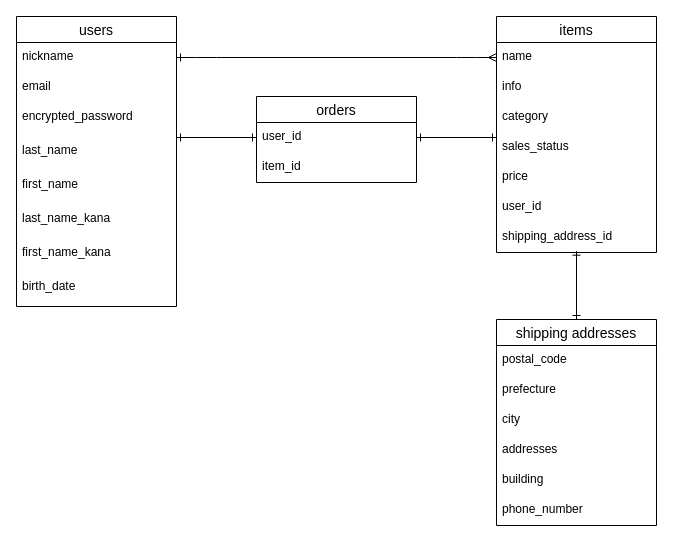
The draw.io diagram furima-37817.dio in kazami1066/furima-37817, before the edit. Source tidied: cells renumbered, new cells numbered last; positions are measured from the earlier drawing's top-left corner, leaving out a move shared by most shapes. Both pictures are drawn from the tidied source at 100%, with x=0, y=0 at pixel (16, 16).
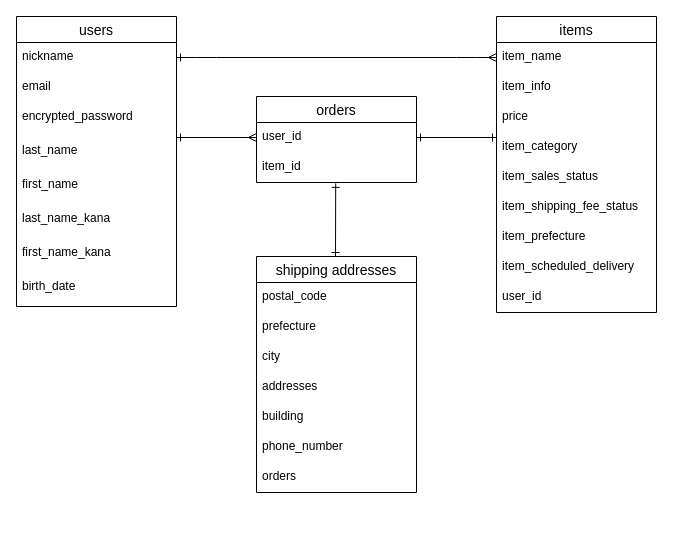
Above is the later version.

Commit message (it also covers changes not shown here):
ER図の作成（再修正）

The change refers to these unchanged cells:
```xml
<mxCell id="20" value="user_id" style="text;strokeColor=none;fillColor=none;spacingLeft=4;spacingRight=4;overflow=hidden;points=[[0,0.5],[1,0.5]];portConstraint=eastwest;fontSize=12;" parent="19" vertex="1">
  <mxGeometry y="26" width="160" height="30" as="geometry" />
</mxCell>
<mxCell id="21" value="item_id" style="text;strokeColor=none;fillColor=none;spacingLeft=4;spacingRight=4;overflow=hidden;points=[[0,0.5],[1,0.5]];portConstraint=eastwest;fontSize=12;" parent="19" vertex="1">
  <mxGeometry y="56" width="160" height="30" as="geometry" />
</mxCell>
```

Change to the diagram source:
```diff
@@
     <mxCell id="11" value="items" style="swimlane;fontStyle=0;horizontal=1;startSize=26;align=center;fontSize=14;" parent="1" vertex="1">
-      <mxGeometry x="480" width="160" height="236" as="geometry" />
+      <mxGeometry x="480" width="160" height="296" as="geometry" />
     </mxCell>
-    <mxCell id="12" value="name" style="text;strokeColor=none;fillColor=none;spacingLeft=4;spacingRight=4;overflow=hidden;points=[[0,0.5],[1,0.5]];portConstraint=eastwest;fontSize=12;" parent="11" vertex="1">
+    <mxCell id="12" value="item_name" style="text;strokeColor=none;fillColor=none;spacingLeft=4;spacingRight=4;overflow=hidden;points=[[0,0.5],[1,0.5]];portConstraint=eastwest;fontSize=12;" parent="11" vertex="1">
       <mxGeometry y="26" width="160" height="30" as="geometry" />
     </mxCell>
-    <mxCell id="13" value="info" style="text;strokeColor=none;fillColor=none;spacingLeft=4;spacingRight=4;overflow=hidden;fontSize=12;" parent="11" vertex="1">
+    <mxCell id="13" value="item_info" style="text;strokeColor=none;fillColor=none;spacingLeft=4;spacingRight=4;overflow=hidden;fontSize=12;" parent="11" vertex="1">
       <mxGeometry y="56" width="160" height="30" as="geometry" />
     </mxCell>
+    <mxCell id="16" value="price" style="text;strokeColor=none;fillColor=none;spacingLeft=4;spacingRight=4;overflow=hidden;fontSize=12;" parent="11" vertex="1">
+      <mxGeometry y="86" width="160" height="30" as="geometry" />
+    </mxCell>
-    <mxCell id="14" value="category" style="text;strokeColor=none;fillColor=none;spacingLeft=4;spacingRight=4;overflow=hidden;fontSize=12;" parent="11" vertex="1">
-      <mxGeometry y="86" width="160" height="30" as="geometry" />
+    <mxCell id="14" value="item_category" style="text;strokeColor=none;fillColor=none;spacingLeft=4;spacingRight=4;overflow=hidden;fontSize=12;" parent="11" vertex="1">
+      <mxGeometry y="116" width="160" height="30" as="geometry" />
     </mxCell>
-    <mxCell id="15" value="sales_status" style="text;strokeColor=none;fillColor=none;spacingLeft=4;spacingRight=4;overflow=hidden;fontSize=12;" parent="11" vertex="1">
-      <mxGeometry y="116" width="160" height="30" as="geometry" />
+    <mxCell id="15" value="item_sales_status" style="text;strokeColor=none;fillColor=none;spacingLeft=4;spacingRight=4;overflow=hidden;fontSize=12;" parent="11" vertex="1">
+      <mxGeometry y="146" width="160" height="30" as="geometry" />
     </mxCell>
-    <mxCell id="16" value="price" style="text;strokeColor=none;fillColor=none;spacingLeft=4;spacingRight=4;overflow=hidden;fontSize=12;" parent="11" vertex="1">
-      <mxGeometry y="146" width="160" height="30" as="geometry" />
-    </mxCell>
+    <mxCell id="18" value="item_shipping_fee_status" style="text;strokeColor=none;fillColor=none;spacingLeft=4;spacingRight=4;overflow=hidden;fontSize=12;" parent="11" vertex="1">
+      <mxGeometry y="176" width="160" height="30" as="geometry" />
+    </mxCell>
+    <mxCell id="33" value="item_prefecture" style="text;strokeColor=none;fillColor=none;spacingLeft=4;spacingRight=4;overflow=hidden;fontSize=12;" parent="11" vertex="1">
+      <mxGeometry y="206" width="160" height="30" as="geometry" />
+    </mxCell>
+    <mxCell id="34" value="item_scheduled_delivery" style="text;strokeColor=none;fillColor=none;spacingLeft=4;spacingRight=4;overflow=hidden;fontSize=12;" parent="11" vertex="1">
+      <mxGeometry y="236" width="160" height="30" as="geometry" />
+    </mxCell>
     <mxCell id="17" value="user_id" style="text;strokeColor=none;fillColor=none;spacingLeft=4;spacingRight=4;overflow=hidden;fontSize=12;" parent="11" vertex="1">
-      <mxGeometry y="176" width="160" height="30" as="geometry" />
+      <mxGeometry y="266" width="160" height="30" as="geometry" />
     </mxCell>
-    <mxCell id="18" value="shipping_address_id" style="text;strokeColor=none;fillColor=none;spacingLeft=4;spacingRight=4;overflow=hidden;fontSize=12;" parent="11" vertex="1">
-      <mxGeometry y="206" width="160" height="30" as="geometry" />
-    </mxCell>
@@
     <mxCell id="24" value="shipping addresses" style="swimlane;fontStyle=0;horizontal=1;startSize=26;align=center;fontSize=14;" parent="1" vertex="1">
-      <mxGeometry x="480" y="303" width="160" height="206" as="geometry" />
+      <mxGeometry x="240" y="240" width="160" height="236" as="geometry" />
     </mxCell>
@@
+    <mxCell id="35" value="orders" style="text;strokeColor=none;fillColor=none;spacingLeft=4;spacingRight=4;overflow=hidden;fontSize=12;" parent="24" vertex="1">
+      <mxGeometry y="206" width="160" height="30" as="geometry" />
+    </mxCell>
-    <mxCell id="31" style="endArrow=ERone;html=1;rounded=0;strokeWidth=1;startArrow=ERone;startFill=0;endFill=0;entryX=0;entryY=0.5;entryDx=0;entryDy=0;" parent="1" edge="1" target="20">
+    <mxCell id="31" style="endArrow=ERmany;html=1;rounded=0;strokeWidth=1;startArrow=ERone;startFill=0;endFill=0;entryX=0;entryY=0.5;entryDx=0;entryDy=0;" parent="1" edge="1" target="20">
       <mxGeometry relative="1" as="geometry">
         <mxPoint x="160" y="121" as="sourcePoint" />
       </mxGeometry>
     </mxCell>
-    <mxCell id="32" style="endArrow=ERone;html=1;rounded=0;strokeWidth=1;startArrow=ERone;startFill=0;endFill=0;entryX=0.5;entryY=0;entryDx=0;entryDy=0;exitX=0.5;exitY=1.05;exitDx=0;exitDy=0;exitPerimeter=0;" parent="1" edge="1" target="24">
+    <mxCell id="32" style="endArrow=ERone;html=1;rounded=0;strokeWidth=1;startArrow=ERone;startFill=0;endFill=0;exitX=0.495;exitY=1.029;exitDx=0;exitDy=0;exitPerimeter=0;" parent="1" edge="1" source="21">
       <mxGeometry relative="1" as="geometry">
-        <mxPoint x="560" y="234.7" as="sourcePoint" />
+        <mxPoint x="319" y="240" as="targetPoint" />
       </mxGeometry>
     </mxCell>
```
